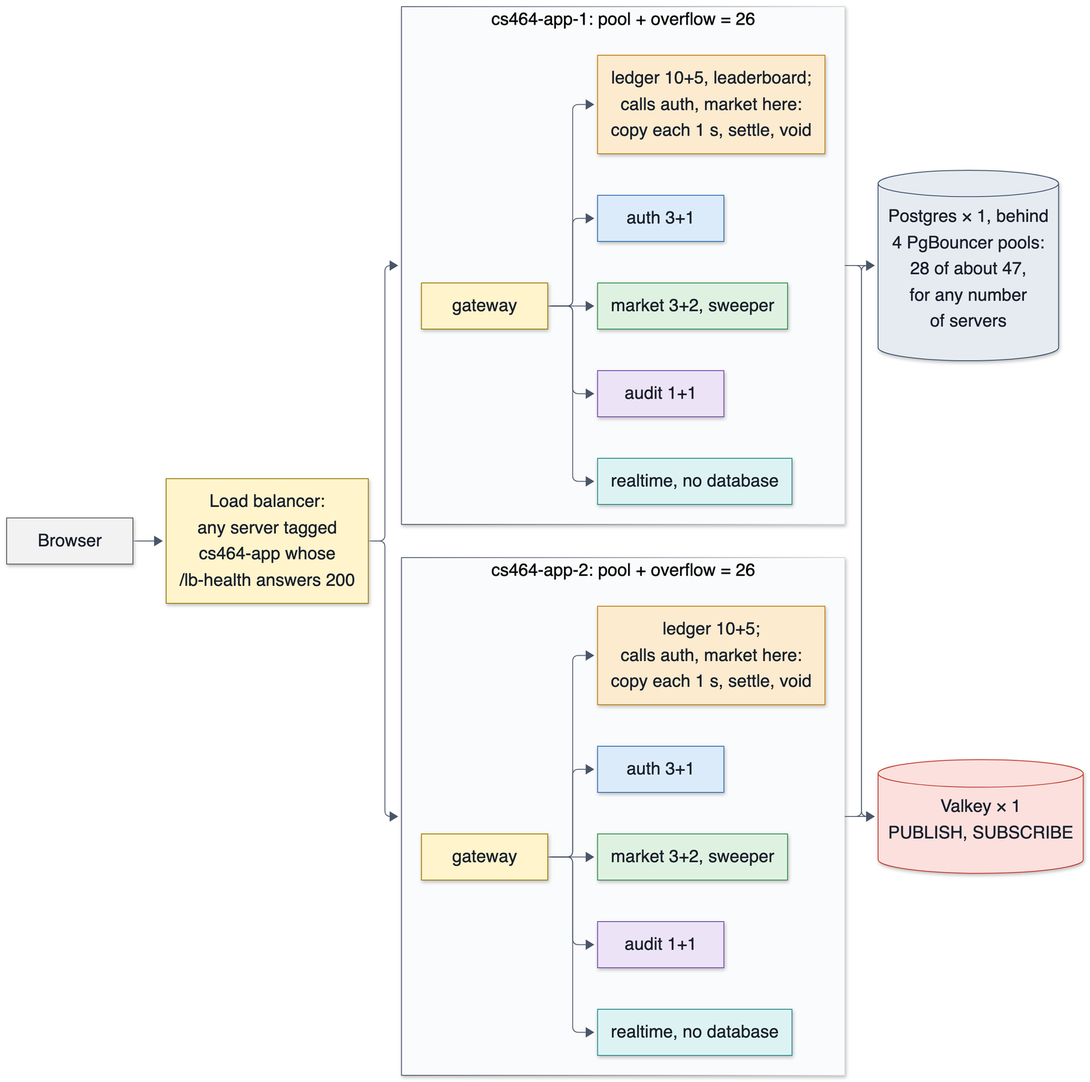
Above: docs/diagrams/rendered/10-horizontal-scaling.png in decker757/CS464 (Mermaid), before the change. Its source is kept beside it as docs/diagrams/10-horizontal-scaling.mmd. The source it was exported from:
```mermaid
%%{init: {"elk": {"lineHops": false, "forceNodeModelOrder": true, "mergeEdges": true}, "flowchart": {"wrappingWidth": 620, "nodeSpacing": 10, "rankSpacing": 30, "padding": 6}, "themeVariables": {"fontSize": "21px"}}}%%
flowchart LR
    client["Browser"]
    lb["Load balancer:<br/>any server tagged<br/>cs464-app whose<br/>/lb-health answers 200"]

    subgraph s2["cs464-app-2: pool + overflow = 26"]
        gw2["gateway"]
        a2["auth 3+1"]
        m2["market 3+2, sweeper"]
        l2["ledger 10+5;<br/>calls auth, market here:<br/>copy each 1 s, settle, void"]
        u2["audit 1+1"]
        r2["realtime, no database"]
        gw2 --> a2
        gw2 --> m2
        gw2 --> l2
        gw2 --> u2
        gw2 --> r2
    end

    subgraph s1["cs464-app-1: pool + overflow = 26"]
        gw1["gateway"]
        a1["auth 3+1"]
        m1["market 3+2, sweeper"]
        l1["ledger 10+5, leaderboard;<br/>calls auth, market here:<br/>copy each 1 s, settle, void"]
        u1["audit 1+1"]
        r1["realtime, no database"]
        gw1 --> a1
        gw1 --> m1
        gw1 --> l1
        gw1 --> u1
        gw1 --> r1
    end

    db[("Postgres × 1, behind<br/>4 PgBouncer pools:<br/>28 of about 47,<br/>for any number<br/>of servers")]
    bus[("Valkey × 1<br/>PUBLISH, SUBSCRIBE")]

    client --> lb
    lb --> s2
    lb --> s1
    s2 --> db
    s1 --> db
    s2 --> bus
    s1 --> bus

    classDef browser  fill:#F2F2F2,stroke:#555555,color:#1A202C
    classDef edge     fill:#FFF4CC,stroke:#9A7B00,color:#1A202C
    classDef auth     fill:#DCEBFA,stroke:#2F6DB5,color:#1A202C
    classDef market   fill:#DFF2E1,stroke:#2E8B47,color:#1A202C
    classDef ledger   fill:#FCEBCF,stroke:#C27C0E,color:#1A202C
    classDef audit    fill:#ECE3F7,stroke:#7048A8,color:#1A202C
    classDef realtime fill:#DDF3F3,stroke:#1F8A8A,color:#1A202C
    classDef pg       fill:#E6EBF2,stroke:#3B5068,color:#1A202C
    classDef redis    fill:#FBE0DE,stroke:#C0392B,color:#1A202C

    class client browser
    class lb,gw1,gw2 edge
    class a1,a2 auth
    class m1,m2 market
    class l1,l2 ledger
    class u1,u2 audit
    class r1,r2 realtime
    class db pg
    class bus redis
```
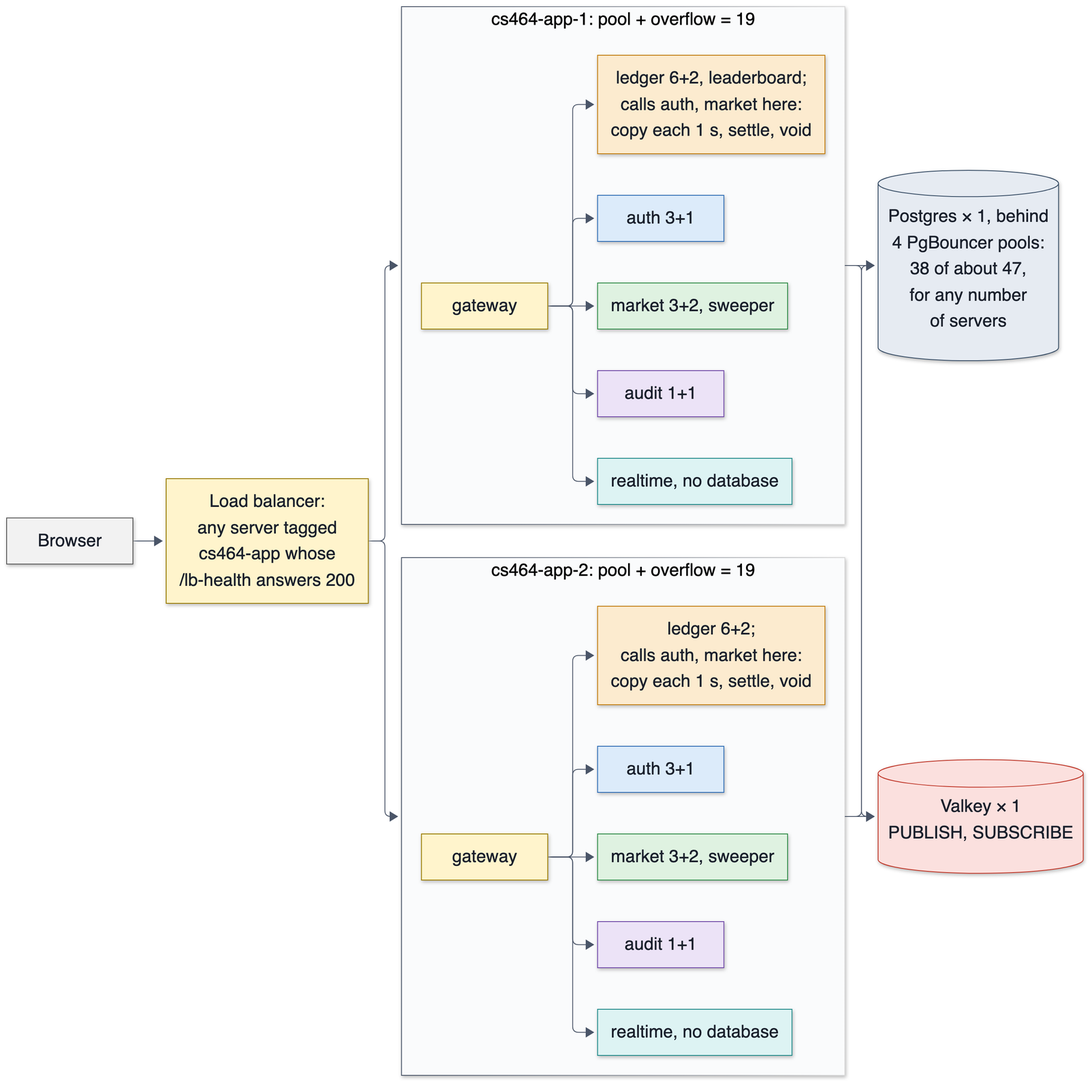
After the change.

Commit message:
docs(diagrams): 02 and 10 draw the pools at 38 and the ledger at 6 + 2 a server (#667)

Change to the diagram source:
```diff
@@ -3,11 +3,11 @@
     client["Browser"]
     lb["Load balancer:<br/>any server tagged<br/>cs464-app whose<br/>/lb-health answers 200"]
 
-    subgraph s2["cs464-app-2: pool + overflow = 26"]
+    subgraph s2["cs464-app-2: pool + overflow = 19"]
         gw2["gateway"]
         a2["auth 3+1"]
         m2["market 3+2, sweeper"]
-        l2["ledger 10+5;<br/>calls auth, market here:<br/>copy each 1 s, settle, void"]
+        l2["ledger 6+2;<br/>calls auth, market here:<br/>copy each 1 s, settle, void"]
         u2["audit 1+1"]
         r2["realtime, no database"]
         gw2 --> a2
@@ -17,11 +17,11 @@
         gw2 --> r2
     end
 
-    subgraph s1["cs464-app-1: pool + overflow = 26"]
+    subgraph s1["cs464-app-1: pool + overflow = 19"]
         gw1["gateway"]
         a1["auth 3+1"]
         m1["market 3+2, sweeper"]
-        l1["ledger 10+5, leaderboard;<br/>calls auth, market here:<br/>copy each 1 s, settle, void"]
+        l1["ledger 6+2, leaderboard;<br/>calls auth, market here:<br/>copy each 1 s, settle, void"]
         u1["audit 1+1"]
         r1["realtime, no database"]
         gw1 --> a1
@@ -31,7 +31,7 @@
         gw1 --> r1
     end
 
-    db[("Postgres × 1, behind<br/>4 PgBouncer pools:<br/>28 of about 47,<br/>for any number<br/>of servers")]
+    db[("Postgres × 1, behind<br/>4 PgBouncer pools:<br/>38 of about 47,<br/>for any number<br/>of servers")]
     bus[("Valkey × 1<br/>PUBLISH, SUBSCRIBE")]
 
     client --> lb
```
